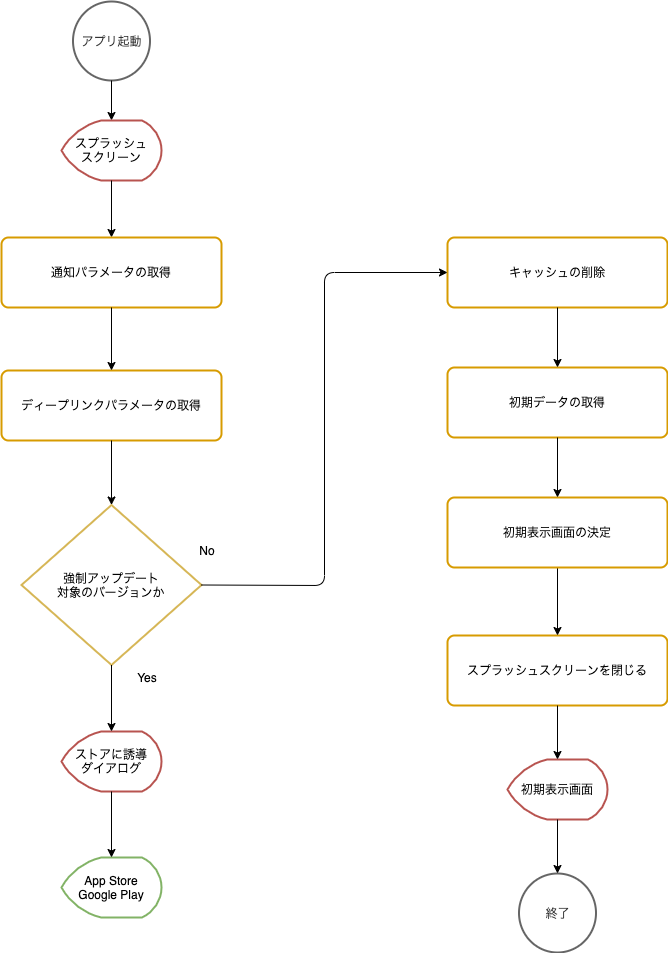
Above: website/docs/react-native/santoku/application-architecture/life-cycle-management/initialization-flow.drawio.png in Fintan-contents/mobile-app-crib-notes (draw.io), before the change. Source tidied: cells renumbered, new cells last; positions are measured from the earlier drawing's top-left corner, leaving out a move shared by most shapes.
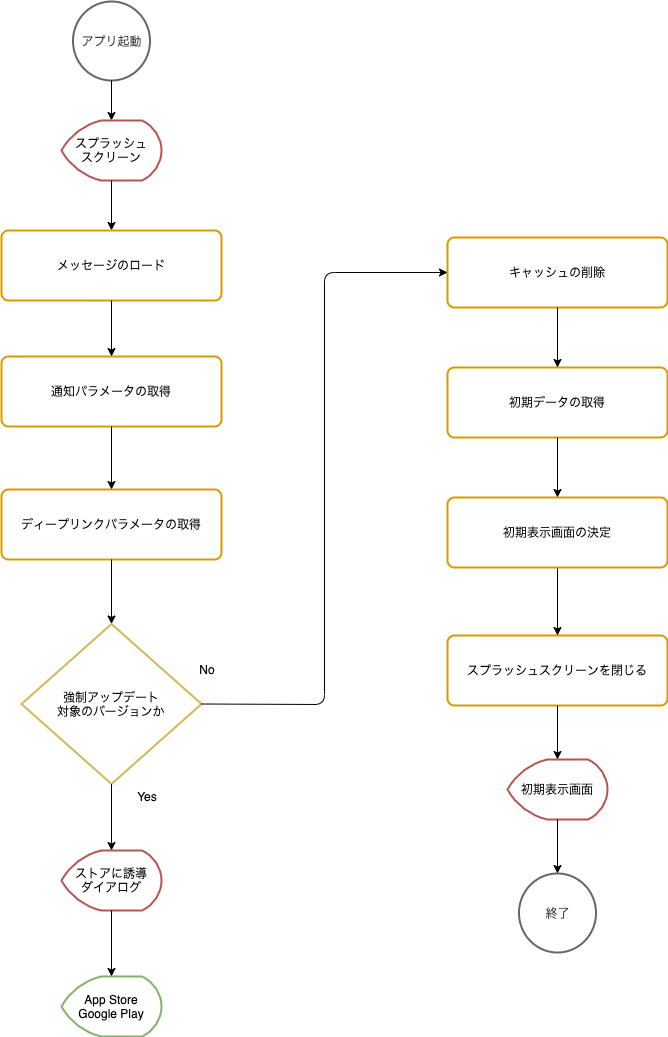
After the commit.

Commit message:
🌱: アプリ起動後の初期化処理に、メッセージの取得処理を追加

## ✅ What's done

- [x] アプリケーションアーキテクチャのアプリ起動後の初期化処理に、メッセージの取得処理を追加

Change to the diagram source:
```diff
@@ -3,7 +3,7 @@
     <mxCell id="0" />
     <mxCell id="1" parent="0" />
     <mxCell id="2" value="強制アップデート&lt;br&gt;対象のバージョンか" style="strokeWidth=2;html=1;shape=mxgraph.flowchart.decision;whiteSpace=wrap;verticalAlign=middle;strokeColor=#d6b656;" parent="1" vertex="1">
-      <mxGeometry x="20" y="503.5" width="180" height="160" as="geometry" />
+      <mxGeometry x="20" y="622.5" width="180" height="160" as="geometry" />
     </mxCell>
     <mxCell id="3" value="アプリ起動" style="strokeWidth=2;html=1;shape=mxgraph.flowchart.start_2;whiteSpace=wrap;verticalAlign=middle;strokeColor=#666666;fontColor=#333333;" parent="1" vertex="1">
       <mxGeometry x="71.5" width="77" height="79" as="geometry" />
@@ -12,28 +12,28 @@
       <mxGeometry x="-604" y="21" as="geometry" />
     </mxCell>
     <mxCell id="5" value="App Store&lt;br&gt;Google Play" style="strokeWidth=2;html=1;shape=mxgraph.flowchart.display;whiteSpace=wrap;verticalAlign=middle;strokeColor=#82b366;" parent="1" vertex="1">
-      <mxGeometry x="60" y="856" width="100" height="60" as="geometry" />
+      <mxGeometry x="60" y="975" width="100" height="60" as="geometry" />
     </mxCell>
     <mxCell id="6" value="Yes" style="text;html=1;strokeColor=none;fillColor=none;align=center;verticalAlign=middle;whiteSpace=wrap;rounded=0;" parent="1" vertex="1">
-      <mxGeometry x="126" y="666" width="40" height="20" as="geometry" />
+      <mxGeometry x="126" y="785" width="40" height="20" as="geometry" />
     </mxCell>
     <mxCell id="7" value="No" style="text;html=1;strokeColor=none;fillColor=none;align=center;verticalAlign=middle;whiteSpace=wrap;rounded=0;" parent="1" vertex="1">
-      <mxGeometry x="186" y="539" width="40" height="20" as="geometry" />
+      <mxGeometry x="186" y="658" width="40" height="20" as="geometry" />
     </mxCell>
     <mxCell id="8" value="スプラッシュ&lt;br&gt;スクリーン" style="strokeWidth=2;html=1;shape=mxgraph.flowchart.display;whiteSpace=wrap;verticalAlign=middle;strokeColor=#b85450;" parent="1" vertex="1">
       <mxGeometry x="60" y="119" width="100" height="60" as="geometry" />
     </mxCell>
-    <mxCell id="9" style="endArrow=classic;html=1;entryX=0.5;entryY=0;entryDx=0;entryDy=0;" parent="1" edge="1" source="8" target="23">
+    <mxCell id="9" style="endArrow=classic;html=1;entryX=0.5;entryY=0;entryDx=0;entryDy=0;" parent="1" edge="1" source="8" target="29">
       <mxGeometry x="-604" y="21" as="geometry" />
     </mxCell>
     <mxCell id="10" value="ストアに誘導&lt;br&gt;ダイアログ" style="strokeWidth=2;html=1;shape=mxgraph.flowchart.display;whiteSpace=wrap;verticalAlign=middle;strokeColor=#b85450;" parent="1" vertex="1">
-      <mxGeometry x="60" y="730" width="100" height="60" as="geometry" />
+      <mxGeometry x="60" y="849" width="100" height="60" as="geometry" />
     </mxCell>
     <mxCell id="11" style="endArrow=classic;html=1;" parent="1" edge="1" source="10" target="5">
-      <mxGeometry x="-806" y="482" as="geometry" />
+      <mxGeometry x="-806" y="601" as="geometry" />
     </mxCell>
     <mxCell id="12" style="endArrow=classic;html=1;" parent="1" edge="1" source="2" target="10">
-      <mxGeometry x="-604" y="305.5" as="geometry" />
+      <mxGeometry x="-604" y="424.5" as="geometry" />
     </mxCell>
     <mxCell id="13" value="初期データの取得" style="rounded=1;whiteSpace=wrap;html=1;absoluteArcSize=1;arcSize=14;strokeWidth=2;verticalAlign=middle;strokeColor=#d79b00;" parent="1" vertex="1">
       <mxGeometry x="446" y="366" width="220" height="70" as="geometry" />
@@ -66,16 +66,16 @@
       <mxGeometry x="446" y="236" width="220" height="70" as="geometry" />
     </mxCell>
     <mxCell id="23" value="通知パラメータの取得" style="rounded=1;whiteSpace=wrap;html=1;absoluteArcSize=1;arcSize=14;strokeWidth=2;verticalAlign=middle;strokeColor=#d79b00;" parent="1" vertex="1">
-      <mxGeometry y="236" width="220" height="70" as="geometry" />
+      <mxGeometry y="355" width="220" height="70" as="geometry" />
     </mxCell>
     <mxCell id="24" value="ディープリンクパラメータの取得" style="rounded=1;whiteSpace=wrap;html=1;absoluteArcSize=1;arcSize=14;strokeWidth=2;verticalAlign=middle;strokeColor=#d79b00;" parent="1" vertex="1">
-      <mxGeometry y="369" width="220" height="70" as="geometry" />
+      <mxGeometry y="488" width="220" height="70" as="geometry" />
     </mxCell>
     <mxCell id="25" style="endArrow=classic;html=1;entryX=0.5;entryY=0;entryDx=0;entryDy=0;exitX=0.5;exitY=1;exitDx=0;exitDy=0;" parent="1" edge="1" source="23" target="24">
-      <mxGeometry x="-594" y="31" as="geometry" />
+      <mxGeometry x="-594" y="150" as="geometry" />
     </mxCell>
     <mxCell id="26" style="endArrow=classic;html=1;entryX=0.5;entryY=0;entryDx=0;entryDy=0;exitX=0.5;exitY=1;exitDx=0;exitDy=0;entryPerimeter=0;" parent="1" edge="1" source="24" target="2">
-      <mxGeometry x="-584" y="41" as="geometry" />
+      <mxGeometry x="-584" y="160" as="geometry" />
     </mxCell>
     <mxCell id="27" style="endArrow=classic;html=1;entryX=0.5;entryY=0;entryDx=0;entryDy=0;exitX=0.5;exitY=1;exitDx=0;exitDy=0;" parent="1" edge="1" source="22" target="13">
       <mxGeometry x="-148" y="-172" as="geometry" />
@@ -83,10 +83,16 @@
     <mxCell id="28" style="endArrow=classic;html=1;entryX=0;entryY=0.5;entryDx=0;entryDy=0;exitX=1;exitY=0.5;exitDx=0;exitDy=0;exitPerimeter=0;" parent="1" edge="1" source="2" target="22">
       <mxGeometry x="-594" y="315.5" as="geometry">
         <Array as="points">
-          <mxPoint x="323" y="584" />
+          <mxPoint x="323" y="703" />
           <mxPoint x="323" y="271" />
         </Array>
       </mxGeometry>
     </mxCell>
+    <mxCell id="29" value="メッセージのロード" style="rounded=1;whiteSpace=wrap;html=1;absoluteArcSize=1;arcSize=14;strokeWidth=2;verticalAlign=middle;strokeColor=#d79b00;" parent="1" vertex="1">
+      <mxGeometry y="229" width="220" height="70" as="geometry" />
+    </mxCell>
+    <mxCell id="30" style="endArrow=classic;html=1;exitX=0.5;exitY=1;exitDx=0;exitDy=0;" parent="1" edge="1" source="29" target="23">
+      <mxGeometry x="-594" y="31" as="geometry" />
+    </mxCell>
   </root>
 </mxGraphModel>
```
